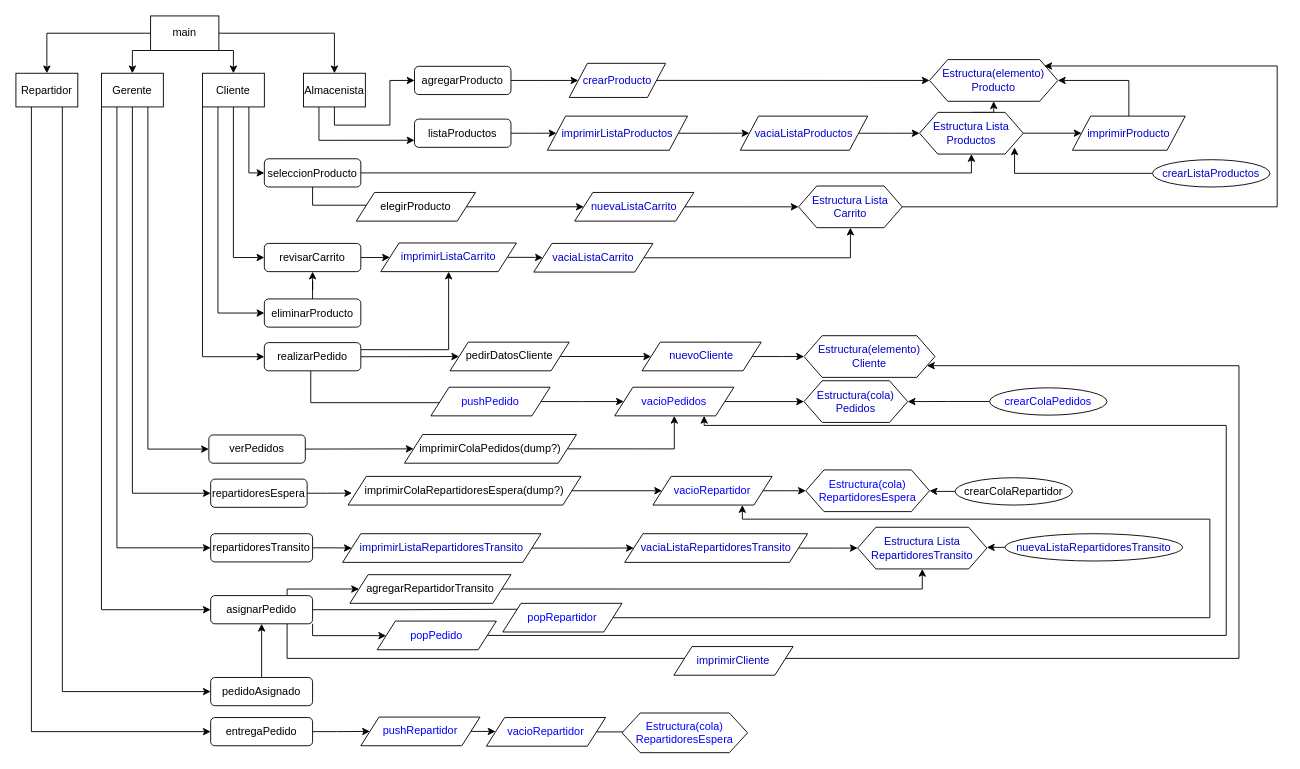
Earlier version of the draw.io diagram DiagramaFlujo-ProyectoC.drawio (AlairTox/proyectoC). Source tidied: cells renumbered, new cells numbered last; positions are measured from the earlier drawing's top-left corner, leaving out a move shared by most shapes. Both pictures are drawn from the tidied source at 91%, with x=0, y=0 at pixel (15, 15).
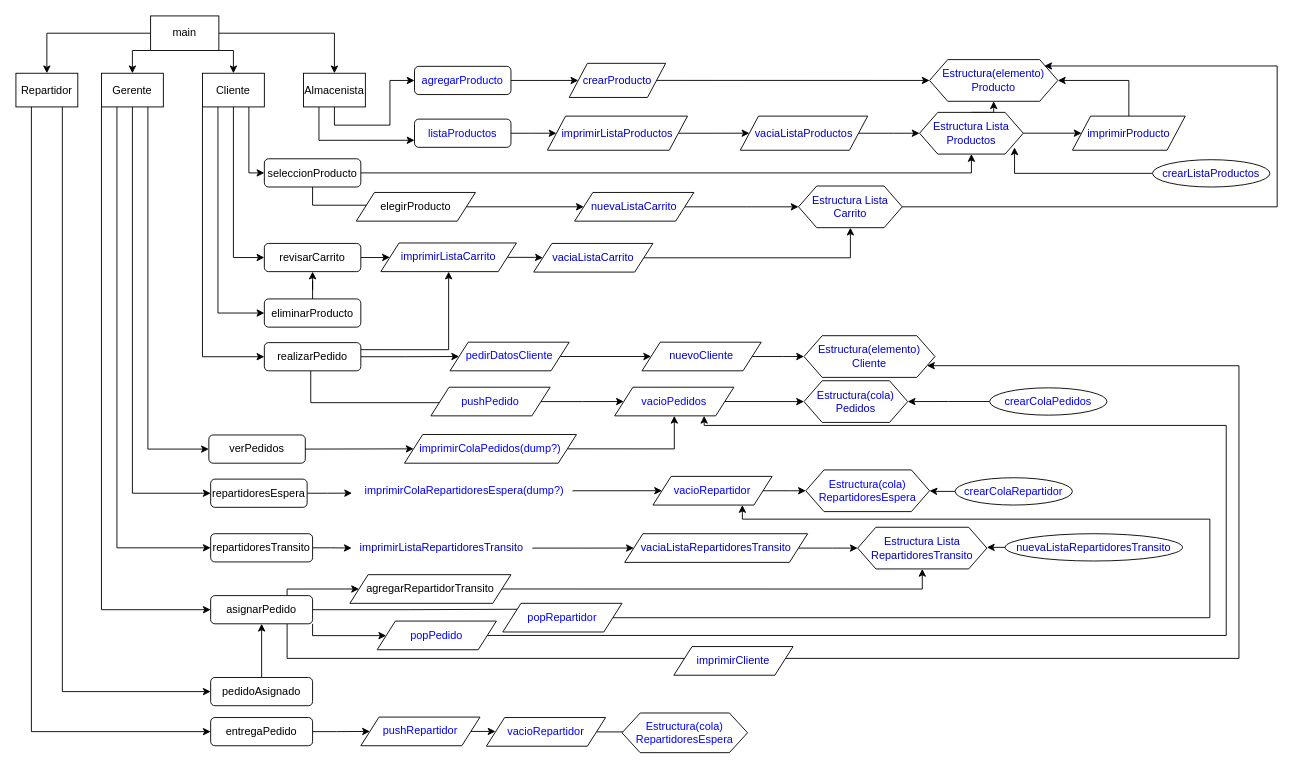
After the change.

Diff of the diagram source:
```diff
@@
-    <mxCell id="23" value="agregarProducto" style="rounded=1;whiteSpace=wrap;html=1;" parent="1" vertex="1">
+    <mxCell id="23" value="&lt;font color=&quot;#0000ff&quot;&gt;agregarProducto&lt;/font&gt;" style="rounded=1;whiteSpace=wrap;html=1;" parent="1" vertex="1">
       <mxGeometry x="438" y="55.4" width="106" height="31" as="geometry" />
     </mxCell>
@@
-    <mxCell id="28" value="listaProductos" style="rounded=1;whiteSpace=wrap;html=1;" parent="1" vertex="1">
+    <mxCell id="28" value="&lt;font color=&quot;#0000ff&quot;&gt;listaProductos&lt;/font&gt;" style="rounded=1;whiteSpace=wrap;html=1;" parent="1" vertex="1">
       <mxGeometry x="438" y="113.4" width="106" height="31" as="geometry" />
     </mxCell>
@@
-    <mxCell id="62" value="pedirDatosCliente" style="shape=parallelogram;perimeter=parallelogramPerimeter;whiteSpace=wrap;html=1;fixedSize=1;" parent="1" vertex="1">
+    <mxCell id="62" value="&lt;font color=&quot;#0000ff&quot;&gt;pedirDatosCliente&lt;/font&gt;" style="shape=parallelogram;perimeter=parallelogramPerimeter;whiteSpace=wrap;html=1;fixedSize=1;" parent="1" vertex="1">
       <mxGeometry x="477" y="358.5" width="131" height="31.5" as="geometry" />
     </mxCell>
@@
-    <mxCell id="77" value="imprimirColaPedidos(dump?)" style="shape=parallelogram;perimeter=parallelogramPerimeter;whiteSpace=wrap;html=1;fixedSize=1;" parent="1" vertex="1">
+    <mxCell id="77" value="&lt;font color=&quot;#0000ff&quot;&gt;imprimirColaPedidos(dump?)&lt;/font&gt;" style="shape=parallelogram;perimeter=parallelogramPerimeter;whiteSpace=wrap;html=1;fixedSize=1;" parent="1" vertex="1">
       <mxGeometry x="427" y="460" width="189" height="31.5" as="geometry" />
     </mxCell>
@@
-    <mxCell id="81" value="imprimirColaRepartidoresEspera(dump?)" style="shape=parallelogram;perimeter=parallelogramPerimeter;whiteSpace=wrap;html=1;fixedSize=1;" parent="1" vertex="1">
+    <mxCell id="81" value="&lt;font color=&quot;#0000ff&quot;&gt;imprimirColaRepartidoresEspera(dump?)&lt;/font&gt;" style="shape=parallelogram;perimeter=parallelogramPerimeter;whiteSpace=wrap;html=1;fixedSize=1;strokeColor=#FFFFFF;" parent="1" vertex="1">
       <mxGeometry x="365" y="506" width="256" height="31.5" as="geometry" />
     </mxCell>
@@
-    <mxCell id="88" value="&lt;font color=&quot;#0000cc&quot;&gt;imprimirListaRepartidoresTransito&lt;/font&gt;" style="shape=parallelogram;perimeter=parallelogramPerimeter;whiteSpace=wrap;html=1;fixedSize=1;" parent="1" vertex="1">
+    <mxCell id="88" value="&lt;font color=&quot;#0000cc&quot;&gt;imprimirListaRepartidoresTransito&lt;/font&gt;" style="shape=parallelogram;perimeter=parallelogramPerimeter;whiteSpace=wrap;html=1;fixedSize=1;strokeColor=#FFFFFF;" parent="1" vertex="1">
       <mxGeometry x="359" y="569" width="218" height="31.5" as="geometry" />
     </mxCell>
@@
-    <mxCell id="95" value="crearColaRepartidor" style="ellipse;whiteSpace=wrap;html=1;" parent="1" vertex="1">
+    <mxCell id="95" value="&lt;font color=&quot;#0000ff&quot;&gt;crearColaRepartidor&lt;/font&gt;" style="ellipse;whiteSpace=wrap;html=1;" parent="1" vertex="1">
       <mxGeometry x="1032" y="507.5" width="129" height="30" as="geometry" />
     </mxCell>
```
